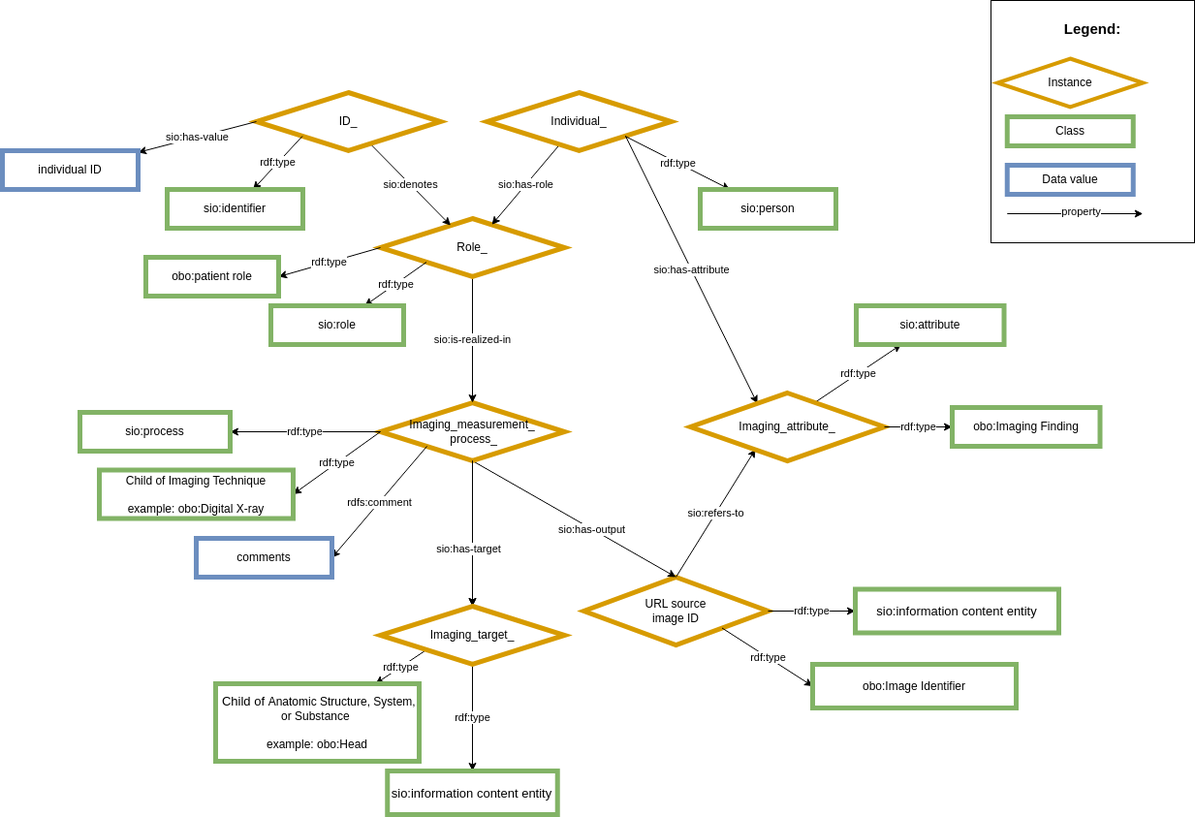
CARE-SM/CARE-Semantic-Model keeps this draw.io diagram as images/CARE-SM-Imaging.png. Above is the earlier version. Source tidied: cells renumbered, new cells last; positions are measured from the earlier drawing's top-left corner, leaving out a move shared by most shapes.
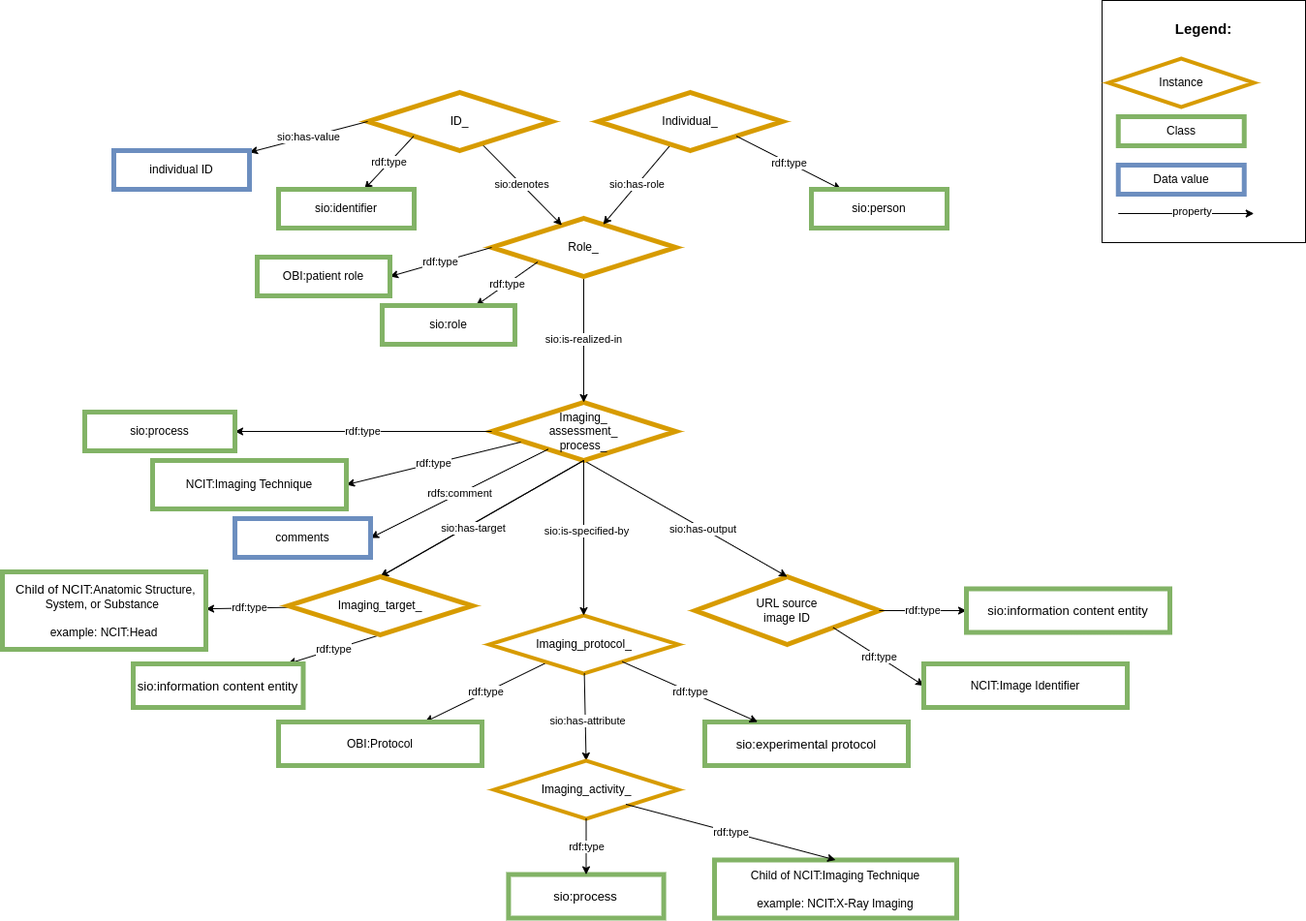
The same file after the commit.

What changed in the source:
```diff
@@ -13,7 +13,7 @@
         <mxPoint x="40" y="22" as="offset" />
       </mxGeometry>
     </mxCell>
-    <mxCell id="5" value="Imaging_measurement_&lt;br&gt;&amp;nbsp;process_" style="rhombus;whiteSpace=wrap;html=1;fillColor=#FFFFFF;strokeColor=#d79b00;strokeWidth=5;" parent="1" vertex="1">
+    <mxCell id="5" value="Imaging_&lt;br&gt;assessment_&lt;br&gt;process_" style="rhombus;whiteSpace=wrap;html=1;fillColor=#FFFFFF;strokeColor=#d79b00;strokeWidth=5;" parent="1" vertex="1">
       <mxGeometry x="390" y="415" width="190" height="60" as="geometry" />
     </mxCell>
     <mxCell id="6" value="&lt;span style=&quot;color: rgb(0, 0, 0); font-family: Helvetica; font-size: 11px; font-style: normal; font-variant-ligatures: normal; font-variant-caps: normal; font-weight: 400; letter-spacing: normal; orphans: 2; text-align: center; text-indent: 0px; text-transform: none; widows: 2; word-spacing: 0px; -webkit-text-stroke-width: 0px; background-color: rgb(255, 255, 255); text-decoration-thickness: initial; text-decoration-style: initial; text-decoration-color: initial; float: none; display: inline !important;&quot;&gt;sio:is-realized-in&lt;/span&gt;" style="rounded=0;jettySize=auto;html=1;exitX=0.5;exitY=1;exitDx=0;exitDy=0;entryX=0.5;entryY=0;entryDx=0;entryDy=0;" parent="1" edge="1" source="11" target="5">
@@ -23,7 +23,7 @@
       <mxGeometry relative="1" as="geometry" />
     </mxCell>
     <mxCell id="8" value="sio:process" style="whiteSpace=wrap;html=1;fillColor=#FFFFFF;strokeColor=#82b366;strokeWidth=5;" parent="1" vertex="1">
-      <mxGeometry x="80" y="425" width="155" height="40" as="geometry" />
+      <mxGeometry x="-30" y="425" width="155" height="40" as="geometry" />
     </mxCell>
     <mxCell id="9" value="rdf:type" style="edgeStyle=none;rounded=0;jettySize=auto;html=1;exitX=1;exitY=0.5;exitDx=0;exitDy=0;" parent="1" edge="1" source="2" target="10">
       <mxGeometry relative="1" as="geometry" />
@@ -68,13 +68,13 @@
       <mxGeometry relative="1" as="geometry" />
     </mxCell>
     <mxCell id="23" value="Target" style="rhombus;whiteSpace=wrap;html=1;fillColor=#ffe6cc;strokeColor=#d79b00;" parent="1" vertex="1">
-      <mxGeometry x="390" y="625" width="190" height="60" as="geometry" />
+      <mxGeometry x="180" y="595" width="190" height="60" as="geometry" />
     </mxCell>
     <mxCell id="24" value="rdf:type" style="edgeStyle=none;rounded=0;jettySize=auto;html=1;exitX=0.5;exitY=1;exitDx=0;exitDy=0;" parent="1" edge="1" source="23" target="25">
       <mxGeometry relative="1" as="geometry" />
     </mxCell>
     <mxCell id="25" value="&lt;font size=&quot;2&quot;&gt;sio:information content entity&lt;/font&gt;" style="whiteSpace=wrap;html=1;fillColor=#FFFFFF;strokeColor=#82b366;strokeWidth=5;" parent="1" vertex="1">
-      <mxGeometry x="397.2" y="795" width="175.5" height="45" as="geometry" />
+      <mxGeometry x="20" y="685" width="175.5" height="45" as="geometry" />
     </mxCell>
     <mxCell id="26" value="rdf:type" style="edgeStyle=none;rounded=0;orthogonalLoop=1;jettySize=auto;html=1;exitX=0;exitY=1;exitDx=0;exitDy=0;" parent="1" edge="1">
       <mxGeometry relative="1" as="geometry">
@@ -95,26 +95,26 @@
     <mxCell id="30" value="rdf:type" style="edgeStyle=none;rounded=0;jettySize=auto;html=1;exitX=0;exitY=0.5;exitDx=0;exitDy=0;entryX=1;entryY=0.5;entryDx=0;entryDy=0;" parent="1" edge="1" source="11" target="31">
       <mxGeometry relative="1" as="geometry" />
     </mxCell>
-    <mxCell id="31" value="obo:patient role" style="whiteSpace=wrap;html=1;fillColor=#FFFFFF;strokeColor=#82b366;strokeWidth=5;" parent="1" vertex="1">
+    <mxCell id="31" value="OBI:patient role" style="whiteSpace=wrap;html=1;fillColor=#FFFFFF;strokeColor=#82b366;strokeWidth=5;" parent="1" vertex="1">
       <mxGeometry x="148" y="265" width="137" height="40" as="geometry" />
     </mxCell>
-    <mxCell id="32" value="rdf:type" style="edgeStyle=none;rounded=0;jettySize=auto;html=1;exitX=0;exitY=0.5;exitDx=0;exitDy=0;entryX=1;entryY=0.5;entryDx=0;entryDy=0;" parent="1" edge="1" source="5" target="33">
+    <mxCell id="32" value="rdf:type" style="edgeStyle=none;rounded=0;jettySize=auto;html=1;exitX=0.158;exitY=0.683;exitDx=0;exitDy=0;entryX=1;entryY=0.5;entryDx=0;entryDy=0;exitPerimeter=0;" parent="1" edge="1" source="5" target="33">
       <mxGeometry relative="1" as="geometry" />
     </mxCell>
-    <mxCell id="33" value="&lt;div&gt;Child of Imaging Technique&lt;/div&gt;&lt;div&gt;&amp;nbsp;&lt;/div&gt;&lt;div&gt;&lt;span style=&quot;background-color: initial;&quot;&gt;example: obo:Digital X-ray&lt;/span&gt;&lt;br&gt;&lt;/div&gt;" style="whiteSpace=wrap;html=1;fillColor=#FFFFFF;strokeColor=#82b366;strokeWidth=5;" parent="1" vertex="1">
-      <mxGeometry x="100" y="484.5" width="200" height="50" as="geometry" />
+    <mxCell id="33" value="NCIT:Imaging Technique&lt;div&gt;&lt;/div&gt;" style="whiteSpace=wrap;html=1;fillColor=#FFFFFF;strokeColor=#82b366;strokeWidth=5;" parent="1" vertex="1">
+      <mxGeometry x="40" y="475" width="200" height="50" as="geometry" />
     </mxCell>
     <mxCell id="34" value="rdf:type" style="edgeStyle=none;rounded=0;jettySize=auto;html=1;entryX=0;entryY=0.5;entryDx=0;entryDy=0;exitX=1;exitY=1;exitDx=0;exitDy=0;" parent="1" edge="1" source="2" target="35">
       <mxGeometry relative="1" as="geometry" />
     </mxCell>
-    <mxCell id="35" value="obo:Image Identifier" style="whiteSpace=wrap;html=1;fillColor=#FFFFFF;strokeColor=#82b366;strokeWidth=5;" parent="1" vertex="1">
+    <mxCell id="35" value="NCIT:Image Identifier" style="whiteSpace=wrap;html=1;fillColor=#FFFFFF;strokeColor=#82b366;strokeWidth=5;" parent="1" vertex="1">
       <mxGeometry x="836" y="685" width="210" height="45" as="geometry" />
     </mxCell>
-    <mxCell id="36" value="rdf:type" style="edgeStyle=none;rounded=0;jettySize=auto;html=1;exitX=0;exitY=1;exitDx=0;exitDy=0;" parent="1" edge="1" source="40" target="37">
+    <mxCell id="36" value="rdf:type" style="edgeStyle=none;rounded=0;jettySize=auto;html=1;" parent="1" edge="1" source="40" target="37">
       <mxGeometry relative="1" as="geometry" />
     </mxCell>
-    <mxCell id="37" value="&lt;font style=&quot;border-color: var(--border-color);&quot; size=&quot;2&quot;&gt;&amp;nbsp;Child of&amp;nbsp;&lt;/font&gt;Anatomic Structure, System, or Substance&amp;nbsp;&lt;br&gt;&lt;br style=&quot;border-color: var(--border-color);&quot;&gt;example: obo:Head" style="whiteSpace=wrap;html=1;fillColor=#FFFFFF;strokeColor=#82b366;strokeWidth=5;" parent="1" vertex="1">
-      <mxGeometry x="220" y="705" width="210" height="80" as="geometry" />
+    <mxCell id="37" value="&lt;font style=&quot;border-color: var(--border-color);&quot; size=&quot;2&quot;&gt;&amp;nbsp;Child of NCIT:&lt;/font&gt;Anatomic Structure, System, or Substance&amp;nbsp;&lt;br&gt;&lt;br style=&quot;border-color: var(--border-color);&quot;&gt;example: NCIT:Head" style="whiteSpace=wrap;html=1;fillColor=#FFFFFF;strokeColor=#82b366;strokeWidth=5;" parent="1" vertex="1">
+      <mxGeometry x="-115" y="590" width="210" height="80" as="geometry" />
     </mxCell>
     <mxCell id="38" style="edgeStyle=none;rounded=0;jettySize=auto;html=1;exitX=0.5;exitY=1;exitDx=0;exitDy=0;entryX=0.5;entryY=0;entryDx=0;entryDy=0;" parent="1" edge="1" target="40">
       <mxGeometry relative="1" as="geometry">
@@ -123,43 +123,18 @@
     </mxCell>
     <mxCell id="39" value="sio:has-target" style="edgeLabel;html=1;align=center;verticalAlign=middle;" parent="38" vertex="1">
       <mxGeometry x="-0.21" y="-1" relative="1" as="geometry">
-        <mxPoint x="-4" y="30" as="offset" />
+        <mxPoint x="-31" y="23" as="offset" />
       </mxGeometry>
     </mxCell>
     <mxCell id="40" value="Imaging_target_" style="rhombus;whiteSpace=wrap;html=1;fillColor=#FFFFFF;strokeColor=#d79b00;strokeWidth=5;" parent="1" vertex="1">
-      <mxGeometry x="390" y="625" width="190" height="60" as="geometry" />
+      <mxGeometry x="180" y="595" width="190" height="60" as="geometry" />
     </mxCell>
-    <mxCell id="41" value="rdfs:comment" style="rounded=0;jettySize=auto;html=1;exitX=0;exitY=1;exitDx=0;exitDy=0;entryX=1;entryY=0.5;entryDx=0;entryDy=0;" parent="1" edge="1" target="42">
-      <mxGeometry relative="1" as="geometry">
-        <mxPoint x="438" y="460" as="sourcePoint" />
-      </mxGeometry>
+    <mxCell id="41" value="rdfs:comment" style="rounded=0;jettySize=auto;html=1;entryX=1;entryY=0.5;entryDx=0;entryDy=0;" parent="1" edge="1" source="5" target="42">
+      <mxGeometry relative="1" as="geometry" />
     </mxCell>
     <mxCell id="42" value="comments" style="whiteSpace=wrap;html=1;fillColor=#FFFFFF;strokeColor=#6c8ebf;strokeWidth=5;" parent="1" vertex="1">
-      <mxGeometry x="200" y="555" width="140" height="40" as="geometry" />
+      <mxGeometry x="125" y="535" width="140" height="40" as="geometry" />
     </mxCell>
-    <mxCell id="43" value="sio:has-attribute" style="rounded=0;jettySize=auto;html=1;exitX=1;exitY=1;exitDx=0;exitDy=0;entryX=0.345;entryY=0.157;entryDx=0;entryDy=0;entryPerimeter=0;" parent="1" edge="1" target="47">
-      <mxGeometry relative="1" as="geometry">
-        <mxPoint x="643" y="140" as="sourcePoint" />
-      </mxGeometry>
-    </mxCell>
-    <mxCell id="44" value="rdf:type" style="edgeStyle=none;rounded=0;jettySize=auto;html=1;exitX=0.64;exitY=0.143;exitDx=0;exitDy=0;exitPerimeter=0;" parent="1" edge="1" source="47" target="45">
-      <mxGeometry relative="1" as="geometry" />
-    </mxCell>
-    <mxCell id="45" value="sio:attribute" style="whiteSpace=wrap;html=1;fillColor=#FFFFFF;strokeColor=#82b366;strokeWidth=5;" parent="1" vertex="1">
-      <mxGeometry x="881" y="315" width="152.5" height="40" as="geometry" />
-    </mxCell>
-    <mxCell id="46" value="sio:refers-to" style="edgeStyle=none;rounded=0;jettySize=auto;html=1;entryX=0.335;entryY=0.829;entryDx=0;entryDy=0;exitX=0.5;exitY=0;exitDx=0;exitDy=0;entryPerimeter=0;" parent="1" edge="1" source="2" target="47">
-      <mxGeometry relative="1" as="geometry" />
-    </mxCell>
-    <mxCell id="47" value="Imaging_attribute_" style="rhombus;whiteSpace=wrap;html=1;fillColor=#FFFFFF;strokeColor=#d79b00;strokeWidth=5;" parent="1" vertex="1">
-      <mxGeometry x="710" y="405" width="200" height="70" as="geometry" />
-    </mxCell>
-    <mxCell id="48" value="rdf:type" style="edgeStyle=none;rounded=0;jettySize=auto;html=1;exitX=1;exitY=0.5;exitDx=0;exitDy=0;" parent="1" edge="1" source="47" target="49">
-      <mxGeometry relative="1" as="geometry" />
-    </mxCell>
-    <mxCell id="49" value="obo:Imaging Finding" style="whiteSpace=wrap;html=1;fillColor=#FFFFFF;strokeColor=#82b366;strokeWidth=5;" parent="1" vertex="1">
-      <mxGeometry x="980" y="420" width="152.5" height="40" as="geometry" />
-    </mxCell>
     <mxCell id="50" value="&lt;div style=&quot;text-align: left; font-size: 15px;&quot;&gt;&lt;span style=&quot;background-color: initial;&quot;&gt;&lt;b style=&quot;&quot;&gt;&lt;font style=&quot;font-size: 15px;&quot;&gt;Legend:&lt;/font&gt;&lt;/b&gt;&lt;/span&gt;&lt;/div&gt;&lt;div style=&quot;text-align: left; font-size: 15px;&quot;&gt;&lt;span style=&quot;background-color: initial;&quot;&gt;&lt;br&gt;&lt;/span&gt;&lt;/div&gt;&lt;div style=&quot;text-align: left;&quot;&gt;&lt;span style=&quot;background-color: initial;&quot;&gt;&lt;br&gt;&lt;/span&gt;&lt;/div&gt;&lt;div style=&quot;text-align: left;&quot;&gt;&lt;span style=&quot;background-color: initial;&quot;&gt;&lt;br&gt;&lt;/span&gt;&lt;/div&gt;&lt;div style=&quot;text-align: left;&quot;&gt;&lt;br&gt;&lt;/div&gt;&lt;div style=&quot;text-align: left;&quot;&gt;&lt;br&gt;&lt;/div&gt;&lt;div style=&quot;text-align: left;&quot;&gt;&lt;br&gt;&lt;/div&gt;&lt;div style=&quot;text-align: left;&quot;&gt;&lt;br&gt;&lt;/div&gt;&lt;div style=&quot;text-align: left;&quot;&gt;&lt;br&gt;&lt;/div&gt;&lt;div style=&quot;text-align: left;&quot;&gt;&lt;span style=&quot;background-color: initial;&quot;&gt;&lt;br&gt;&lt;/span&gt;&lt;/div&gt;&lt;div style=&quot;text-align: left;&quot;&gt;&lt;span style=&quot;background-color: initial;&quot;&gt;&lt;br&gt;&lt;/span&gt;&lt;/div&gt;&lt;div style=&quot;text-align: left;&quot;&gt;&lt;span style=&quot;background-color: initial;&quot;&gt;&lt;br&gt;&lt;/span&gt;&lt;/div&gt;&lt;div style=&quot;text-align: left;&quot;&gt;&lt;span style=&quot;background-color: initial;&quot;&gt;&lt;br&gt;&lt;/span&gt;&lt;/div&gt;&lt;div style=&quot;text-align: left;&quot;&gt;&lt;span style=&quot;background-color: initial;&quot;&gt;&lt;br&gt;&lt;/span&gt;&lt;/div&gt;" style="rounded=0;whiteSpace=wrap;html=1;" parent="1" vertex="1">
       <mxGeometry x="1020" width="210" height="250" as="geometry" />
     </mxCell>
@@ -178,5 +153,48 @@
         <mxPoint x="1176.8" y="220" as="targetPoint" />
       </mxGeometry>
     </mxCell>
+    <mxCell id="55" value="rdf:type" style="edgeStyle=none;rounded=0;jettySize=auto;html=1;" parent="1" edge="1" source="57" target="56">
+      <mxGeometry relative="1" as="geometry" />
+    </mxCell>
+    <mxCell id="56" value="OBI:Protocol" style="whiteSpace=wrap;html=1;fillColor=#FFFFFF;strokeColor=#82b366;strokeWidth=5;" parent="1" vertex="1">
+      <mxGeometry x="170" y="745" width="210" height="45" as="geometry" />
+    </mxCell>
+    <mxCell id="57" value="Imaging_protocol_" style="rhombus;whiteSpace=wrap;html=1;fillColor=#FFFFFF;strokeColor=#D79B00;perimeter=rhombusPerimeter;arcSize=20;comic=0;enumerate=0;strokeWidth=4;rounded=0;" parent="1" vertex="1">
+      <mxGeometry x="387.5" y="635" width="195" height="60" as="geometry" />
+    </mxCell>
+    <mxCell id="58" value="&lt;font size=&quot;2&quot;&gt;sio:experimental protocol&lt;/font&gt;" style="whiteSpace=wrap;html=1;fillColor=#FFFFFF;strokeColor=#82b366;strokeWidth=5;" parent="1" vertex="1">
+      <mxGeometry x="610" y="745" width="210" height="45" as="geometry" />
+    </mxCell>
+    <mxCell id="59" value="rdf:type" style="edgeStyle=none;rounded=0;jettySize=auto;html=1;" parent="1" edge="1" source="57" target="58">
+      <mxGeometry relative="1" as="geometry" />
+    </mxCell>
+    <mxCell id="43" value="sio:has-attribute" style="rounded=0;jettySize=auto;html=1;entryX=0.5;entryY=0;entryDx=0;entryDy=0;" parent="1" edge="1" source="57" target="60">
+      <mxGeometry x="0.09" y="2" relative="1" as="geometry" />
+    </mxCell>
+    <mxCell id="60" value="Imaging_activity_" style="rhombus;whiteSpace=wrap;html=1;fillColor=#FFFFFF;strokeColor=#D79B00;perimeter=rhombusPerimeter;arcSize=20;comic=0;enumerate=0;strokeWidth=4;rounded=0;" parent="1" vertex="1">
+      <mxGeometry x="392.5" y="785" width="190" height="60" as="geometry" />
+    </mxCell>
+    <mxCell id="61" value="&lt;font size=&quot;2&quot;&gt;sio:process&lt;/font&gt;" style="whiteSpace=wrap;html=1;fillColor=#FFFFFF;strokeColor=#82b366;strokeWidth=5;" parent="1" vertex="1">
+      <mxGeometry x="407.4" y="902.5" width="160.2" height="45" as="geometry" />
+    </mxCell>
+    <mxCell id="62" value="rdf:type" style="edgeStyle=none;rounded=0;jettySize=auto;html=1;exitX=0.5;exitY=1;exitDx=0;exitDy=0;entryX=0.5;entryY=0;entryDx=0;entryDy=0;" parent="1" edge="1" source="60" target="61">
+      <mxGeometry relative="1" as="geometry" />
+    </mxCell>
+    <mxCell id="63" value="&lt;div style=&quot;border-color: var(--border-color);&quot;&gt;Child of NCIT:Imaging Technique&lt;/div&gt;&lt;div style=&quot;border-color: var(--border-color);&quot;&gt;&amp;nbsp;&lt;/div&gt;&lt;div style=&quot;border-color: var(--border-color);&quot;&gt;example: NCIT:X-Ray Imaging&lt;/div&gt;" style="whiteSpace=wrap;html=1;fillColor=#FFFFFF;strokeColor=#82b366;strokeWidth=5;" parent="1" vertex="1">
+      <mxGeometry x="620" y="887.5" width="250" height="60" as="geometry" />
+    </mxCell>
+    <mxCell id="64" value="rdf:type" style="edgeStyle=none;rounded=0;jettySize=auto;html=1;exitX=0.716;exitY=0.75;exitDx=0;exitDy=0;entryX=0.5;entryY=0;entryDx=0;entryDy=0;exitPerimeter=0;" parent="1" edge="1" source="60" target="63">
+      <mxGeometry relative="1" as="geometry" />
+    </mxCell>
+    <mxCell id="65" style="edgeStyle=none;rounded=0;jettySize=auto;html=1;exitX=0.5;exitY=1;exitDx=0;exitDy=0;" parent="1" edge="1" target="57">
+      <mxGeometry relative="1" as="geometry">
+        <mxPoint x="485" y="475" as="sourcePoint" />
+      </mxGeometry>
+    </mxCell>
+    <mxCell id="66" value="sio:is-specified-by" style="edgeLabel;html=1;align=center;verticalAlign=middle;" parent="65" vertex="1">
+      <mxGeometry x="-0.21" y="-1" relative="1" as="geometry">
+        <mxPoint x="3" y="8" as="offset" />
+      </mxGeometry>
+    </mxCell>
   </root>
 </mxGraphModel>
```
